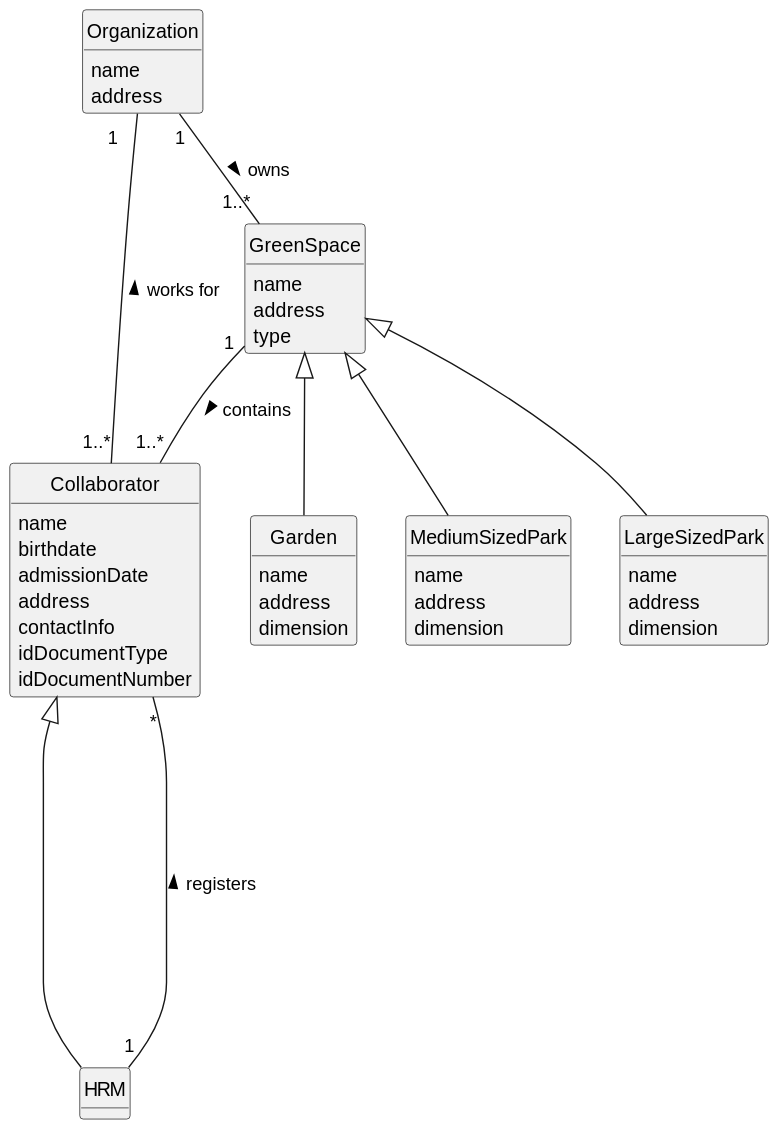
Above: docs/sprintB/us003/02.analysis/svg/us003-domain-model.svg in diogoveirospro/lei-24-s2-1dg-g072 (PlantUML), before the change. Source of this version:
```plantuml
@startuml
skinparam monochrome true
skinparam packageStyle rectangle
skinparam shadowing false


skinparam classAttributeIconSize 0

hide circle
hide methods
class Collaborator {
     name
     birthdate
     admissionDate
     address
     contactInfo
     idDocumentType
     idDocumentNumber
}

class HRM {

}
class GreenSpace {
    name
    address
    type
}

class Garden {
    name
    address
    dimension
}

class MediumSizedPark {
    name
    address
    dimension
}

class LargeSizedPark {
    name
    address
    dimension
}
class Organization{
    name
    address
}

Organization "1" -- "1..*" GreenSpace: owns >
Organization "1   " -- "1..*" Collaborator: works for <
GreenSpace "1" -- "1..*" Collaborator: contains >
GreenSpace <|-- Garden
GreenSpace <|-- MediumSizedPark
GreenSpace <|-- LargeSizedPark
HRM "1" ----- "*" Collaborator : registers >
Collaborator <|---- HRM
@enduml
```
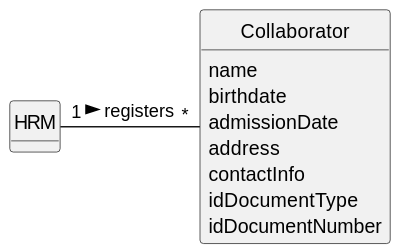
Above is the later version.

What changed in the source:
```diff
@@ -21,40 +21,7 @@
 class HRM {
 
 }
-class GreenSpace {
-    name
-    address
-    type
-}
 
-class Garden {
-    name
-    address
-    dimension
-}
 
-class MediumSizedPark {
-    name
-    address
-    dimension
-}
-
-class LargeSizedPark {
-    name
-    address
-    dimension
-}
-class Organization{
-    name
-    address
-}
-
-Organization "1" -- "1..*" GreenSpace: owns >
-Organization "1   " -- "1..*" Collaborator: works for <
-GreenSpace "1" -- "1..*" Collaborator: contains >
-GreenSpace <|-- Garden
-GreenSpace <|-- MediumSizedPark
-GreenSpace <|-- LargeSizedPark
-HRM "1" ----- "*" Collaborator : registers >
-Collaborator <|---- HRM
+HRM "1" - "*" Collaborator : registers >
 @enduml
```
